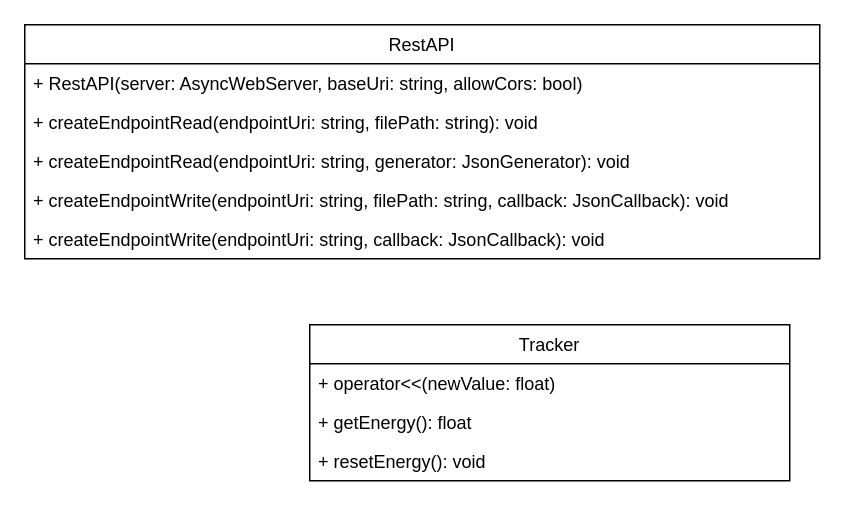
The draw.io diagram page "Klassendiagramm" (4 of 4) of Project Structure.drawio in enovalab/PowerMeter-Firmware, before the edit. Source tidied: cells renumbered, new cells numbered last; positions are measured from the earlier drawing's top-left corner, leaving out a move shared by most shapes. Both pictures are drawn from the tidied source at 150%, with x=0, y=0 at pixel (24, 24).
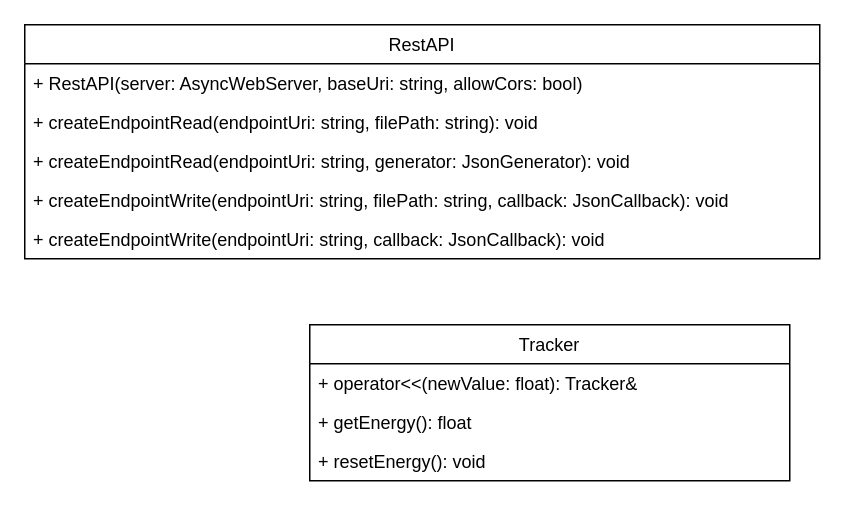
Above is the later version.

The edit, as a diff of the source:
```diff
@@
 <mxGraphModel>
   <root>
     <mxCell id="0" />
     <mxCell id="1" parent="0" />
     <mxCell id="2" value="RestAPI" style="swimlane;fontStyle=0;horizontal=1;startSize=26;fillColor=none;" parent="1" vertex="1">
       <mxGeometry width="530" height="156" as="geometry" />
     </mxCell>
     <mxCell id="3" value="+ RestAPI(server: AsyncWebServer, baseUri: string, allowCors: bool)" style="text;strokeColor=none;fillColor=none;align=left;verticalAlign=top;spacingLeft=4;spacingRight=4;overflow=hidden;" parent="2" vertex="1">
       <mxGeometry y="26" width="530" height="26" as="geometry" />
     </mxCell>
     <mxCell id="4" value="+ createEndpointRead(endpointUri: string, filePath: string): void" style="text;strokeColor=none;fillColor=none;align=left;verticalAlign=top;spacingLeft=4;spacingRight=4;overflow=hidden;" parent="2" vertex="1">
       <mxGeometry y="52" width="530" height="26" as="geometry" />
     </mxCell>
     <mxCell id="5" value="+ createEndpointRead(endpointUri: string, generator: JsonGenerator): void" style="text;strokeColor=none;fillColor=none;align=left;verticalAlign=top;spacingLeft=4;spacingRight=4;overflow=hidden;" parent="2" vertex="1">
       <mxGeometry y="78" width="530" height="26" as="geometry" />
     </mxCell>
     <mxCell id="6" value="+ createEndpointWrite(endpointUri: string, filePath: string, callback: JsonCallback): void" style="text;strokeColor=none;fillColor=none;align=left;verticalAlign=top;spacingLeft=4;spacingRight=4;overflow=hidden;" parent="2" vertex="1">
       <mxGeometry y="104" width="530" height="26" as="geometry" />
     </mxCell>
     <mxCell id="7" value="+ createEndpointWrite(endpointUri: string, callback: JsonCallback): void" style="text;strokeColor=none;fillColor=none;align=left;verticalAlign=top;spacingLeft=4;spacingRight=4;overflow=hidden;" parent="2" vertex="1">
       <mxGeometry y="130" width="530" height="26" as="geometry" />
     </mxCell>
     <mxCell id="8" value="Tracker" style="swimlane;fontStyle=0;horizontal=1;startSize=26;fillColor=none;" parent="1" vertex="1">
       <mxGeometry x="190" y="200" width="320" height="104" as="geometry" />
     </mxCell>
-    <mxCell id="9" value="+ operator&lt;&lt;(newValue: float)" style="text;strokeColor=none;fillColor=none;align=left;verticalAlign=top;spacingLeft=4;spacingRight=4;overflow=hidden;" parent="8" vertex="1">
+    <mxCell id="9" value="+ operator&lt;&lt;(newValue: float): Tracker&amp;" style="text;strokeColor=none;fillColor=none;align=left;verticalAlign=top;spacingLeft=4;spacingRight=4;overflow=hidden;" parent="8" vertex="1">
       <mxGeometry y="26" width="320" height="26" as="geometry" />
     </mxCell>
     <mxCell id="10" value="+ getEnergy(): float" style="text;strokeColor=none;fillColor=none;align=left;verticalAlign=top;spacingLeft=4;spacingRight=4;overflow=hidden;" parent="8" vertex="1">
       <mxGeometry y="52" width="320" height="26" as="geometry" />
     </mxCell>
     <mxCell id="11" value="+ resetEnergy(): void" style="text;strokeColor=none;fillColor=none;align=left;verticalAlign=top;spacingLeft=4;spacingRight=4;overflow=hidden;" parent="8" vertex="1">
       <mxGeometry y="78" width="320" height="26" as="geometry" />
     </mxCell>
   </root>
 </mxGraphModel>
```
